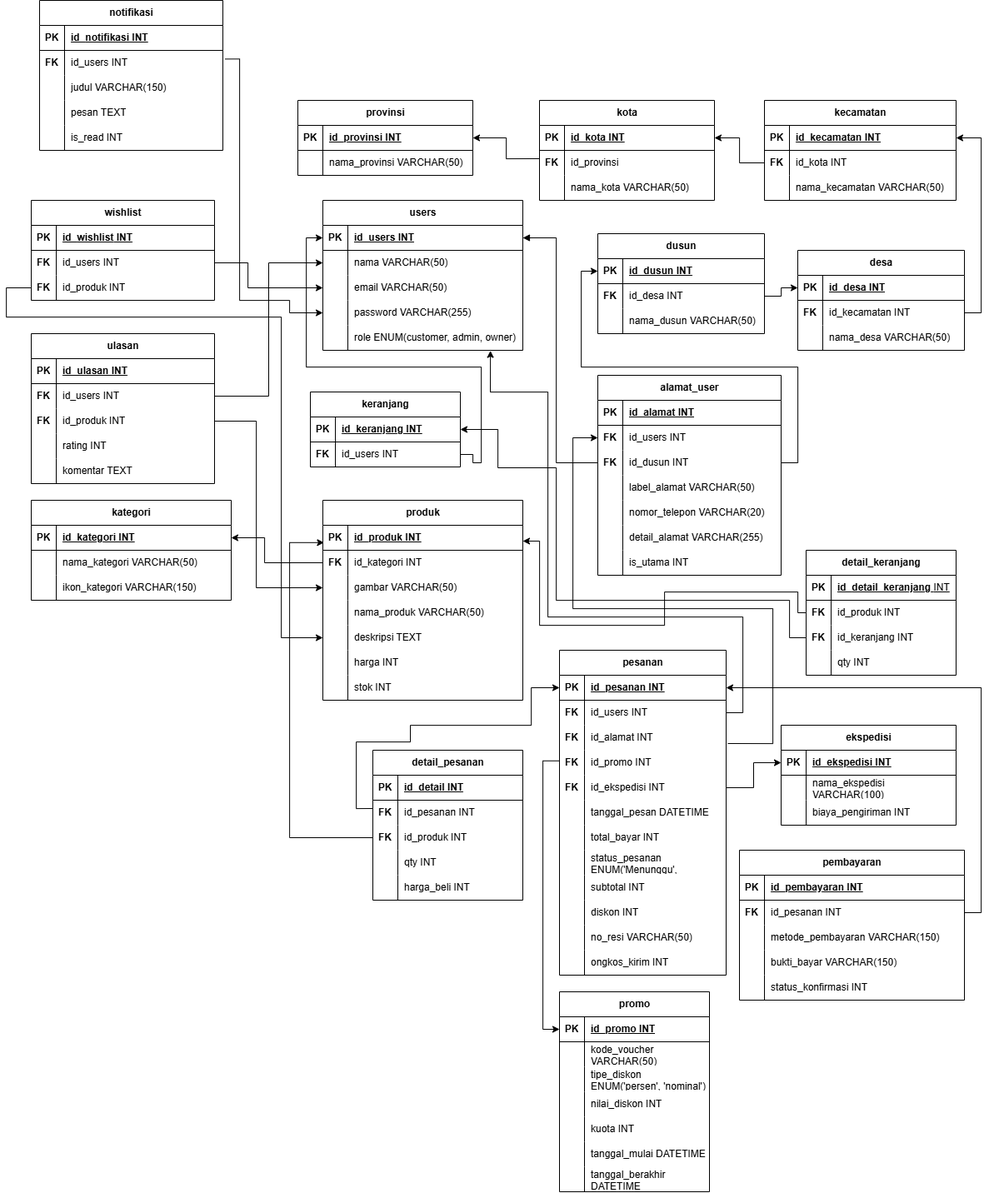
Above: RELASI.drawio.png in muhammadainulfuady/elektronik-modern (draw.io), before the change. Source tidied: cells renumbered, new cells last; positions are measured from the earlier drawing's top-left corner, leaving out a move shared by most shapes.
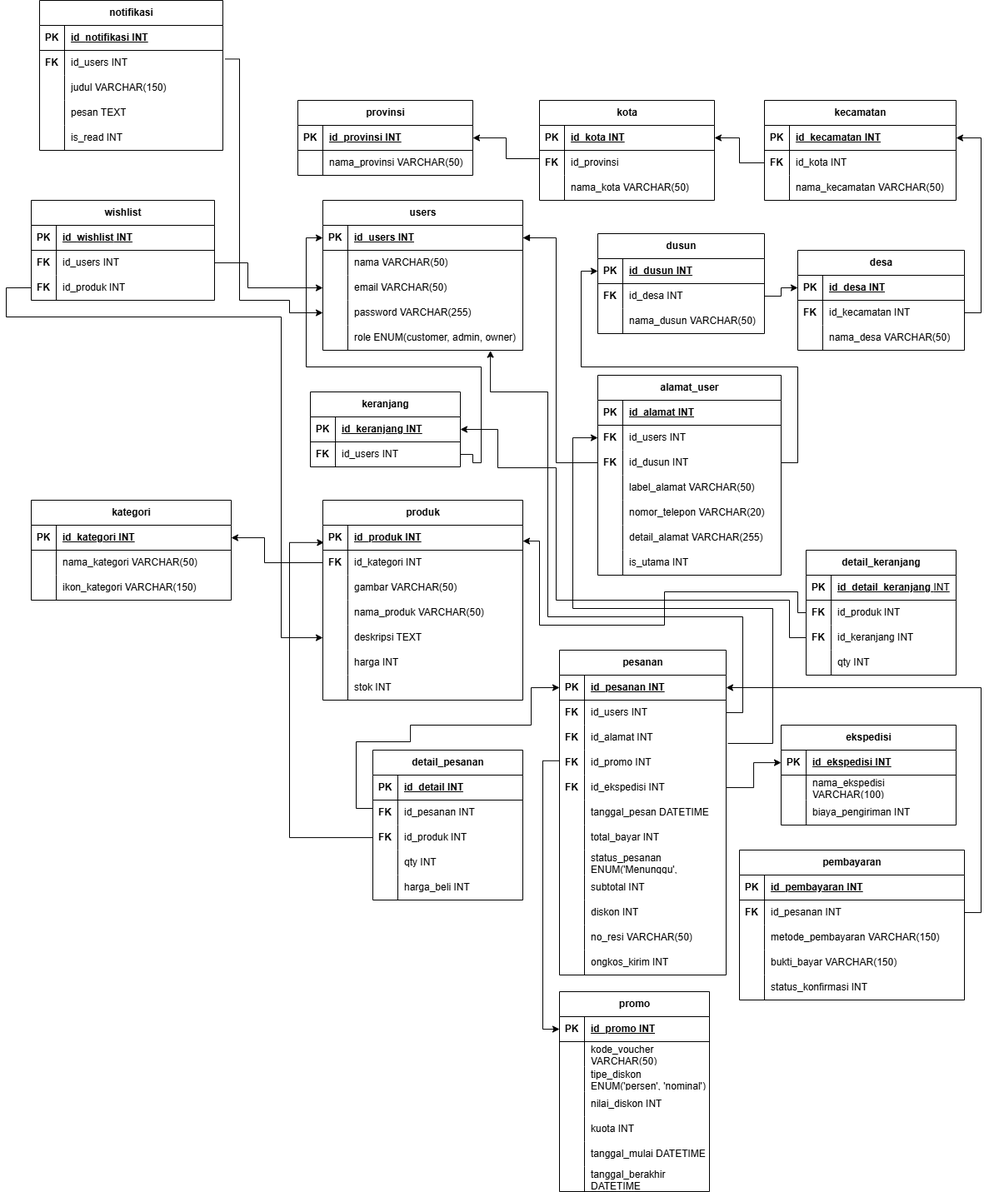
Above is the later version.

Diff of the diagram source:
```diff
@@ -814,65 +814,6 @@
     <mxCell id="246" style="edgeStyle=orthogonalEdgeStyle;rounded=0;jettySize=auto;html=1;entryX=0;entryY=0.5;entryDx=0;entryDy=0;exitX=0.001;exitY=0.426;exitDx=0;exitDy=0;exitPerimeter=0;" parent="1" edge="1" source="117" target="225">
       <mxGeometry relative="1" as="geometry" />
     </mxCell>
-    <mxCell id="247" value="ulasan" style="shape=table;startSize=30;rowLines=0;fontStyle=1;align=center;html=1;" parent="1" vertex="1">
-      <mxGeometry x="30" y="400" width="220" height="180" as="geometry" />
-    </mxCell>
-    <mxCell id="248" style="shape=tableRow;horizontal=0;startSize=0;swimlaneHead=0;swimlaneBody=0;fillColor=none;top=0;left=0;right=0;bottom=1;" parent="247" vertex="1">
-      <mxGeometry y="30" width="220" height="30" as="geometry" />
-    </mxCell>
-    <mxCell id="249" value="PK" style="shape=partialRectangle;fillColor=none;top=0;left=0;bottom=0;right=0;fontStyle=1;overflow=hidden;whiteSpace=wrap;html=1;" parent="248" vertex="1">
-      <mxGeometry width="30" height="30" as="geometry" />
-    </mxCell>
-    <mxCell id="250" value="id_ulasan INT" style="shape=partialRectangle;fillColor=none;top=0;left=0;bottom=0;right=0;align=left;spacingLeft=6;fontStyle=5;overflow=hidden;whiteSpace=wrap;html=1;" parent="248" vertex="1">
-      <mxGeometry x="30" width="190" height="30" as="geometry" />
-    </mxCell>
-    <mxCell id="251" style="shape=tableRow;horizontal=0;startSize=0;swimlaneHead=0;swimlaneBody=0;fillColor=none;points=[[0,0.5],[1,0.5]];portConstraint=eastwest;top=0;left=0;right=0;bottom=0;" parent="247" vertex="1">
-      <mxGeometry y="60" width="220" height="30" as="geometry" />
-    </mxCell>
-    <mxCell id="252" value="&lt;b&gt;FK&lt;/b&gt;" style="shape=partialRectangle;fillColor=none;top=0;left=0;bottom=0;right=0;overflow=hidden;whiteSpace=wrap;html=1;" parent="251" vertex="1">
-      <mxGeometry width="30" height="30" as="geometry" />
-    </mxCell>
-    <mxCell id="253" value="id_users INT" style="shape=partialRectangle;fillColor=none;top=0;left=0;bottom=0;right=0;align=left;spacingLeft=6;overflow=hidden;whiteSpace=wrap;html=1;" parent="251" vertex="1">
-      <mxGeometry x="30" width="190" height="30" as="geometry" />
-    </mxCell>
-    <mxCell id="254" style="shape=tableRow;horizontal=0;startSize=0;swimlaneHead=0;swimlaneBody=0;fillColor=none;points=[[0,0.5],[1,0.5]];portConstraint=eastwest;top=0;left=0;right=0;bottom=0;" parent="247" vertex="1">
-      <mxGeometry y="90" width="220" height="30" as="geometry" />
-    </mxCell>
-    <mxCell id="255" value="&lt;b&gt;FK&lt;/b&gt;" style="shape=partialRectangle;fillColor=none;top=0;left=0;bottom=0;right=0;overflow=hidden;whiteSpace=wrap;html=1;" parent="254" vertex="1">
-      <mxGeometry width="30" height="30" as="geometry" />
-    </mxCell>
-    <mxCell id="256" value="id_produk INT" style="shape=partialRectangle;fillColor=none;top=0;left=0;bottom=0;right=0;align=left;spacingLeft=6;overflow=hidden;whiteSpace=wrap;html=1;" parent="254" vertex="1">
-      <mxGeometry x="30" width="190" height="30" as="geometry" />
-    </mxCell>
-    <mxCell id="257" style="shape=tableRow;horizontal=0;startSize=0;swimlaneHead=0;swimlaneBody=0;fillColor=none;top=0;left=0;right=0;bottom=0;" parent="247" vertex="1">
-      <mxGeometry y="120" width="220" height="30" as="geometry" />
-    </mxCell>
-    <mxCell id="258" style="shape=partialRectangle;fillColor=none;top=0;left=0;bottom=0;right=0;overflow=hidden;whiteSpace=wrap;html=1;" parent="257" vertex="1">
-      <mxGeometry width="30" height="30" as="geometry" />
-    </mxCell>
-    <mxCell id="259" value="rating INT" style="shape=partialRectangle;fillColor=none;top=0;left=0;bottom=0;right=0;align=left;spacingLeft=6;overflow=hidden;whiteSpace=wrap;html=1;" parent="257" vertex="1">
-      <mxGeometry x="30" width="190" height="30" as="geometry" />
-    </mxCell>
-    <mxCell id="260" style="shape=tableRow;horizontal=0;startSize=0;swimlaneHead=0;swimlaneBody=0;fillColor=none;top=0;left=0;right=0;bottom=0;" parent="247" vertex="1">
-      <mxGeometry y="150" width="220" height="30" as="geometry" />
-    </mxCell>
-    <mxCell id="261" style="shape=partialRectangle;fillColor=none;top=0;left=0;bottom=0;right=0;overflow=hidden;whiteSpace=wrap;html=1;" parent="260" vertex="1">
-      <mxGeometry width="30" height="30" as="geometry" />
-    </mxCell>
-    <mxCell id="262" value="komentar TEXT" style="shape=partialRectangle;fillColor=none;top=0;left=0;bottom=0;right=0;align=left;spacingLeft=6;overflow=hidden;whiteSpace=wrap;html=1;" parent="260" vertex="1">
-      <mxGeometry x="30" width="190" height="30" as="geometry" />
-    </mxCell>
-    <mxCell id="263" style="edgeStyle=orthogonalEdgeStyle;rounded=0;jettySize=auto;html=1;" parent="1" edge="1" source="251" target="44">
-      <mxGeometry relative="1" as="geometry" />
-    </mxCell>
-    <mxCell id="264" style="edgeStyle=orthogonalEdgeStyle;rounded=0;jettySize=auto;html=1;entryX=0;entryY=0.5;entryDx=0;entryDy=0;exitX=1;exitY=0.5;exitDx=0;exitDy=0;" parent="1" edge="1" source="254" target="85">
-      <mxGeometry relative="1" as="geometry">
-        <Array as="points">
-          <mxPoint x="300" y="505" />
-          <mxPoint x="300" y="705" />
-        </Array>
-      </mxGeometry>
-    </mxCell>
     <mxCell id="265" value="wishlist" style="shape=table;startSize=30;rowLines=0;fontStyle=1;align=center;html=1;" parent="1" vertex="1">
       <mxGeometry x="30" y="240" width="220" height="120" as="geometry" />
     </mxCell>
```
